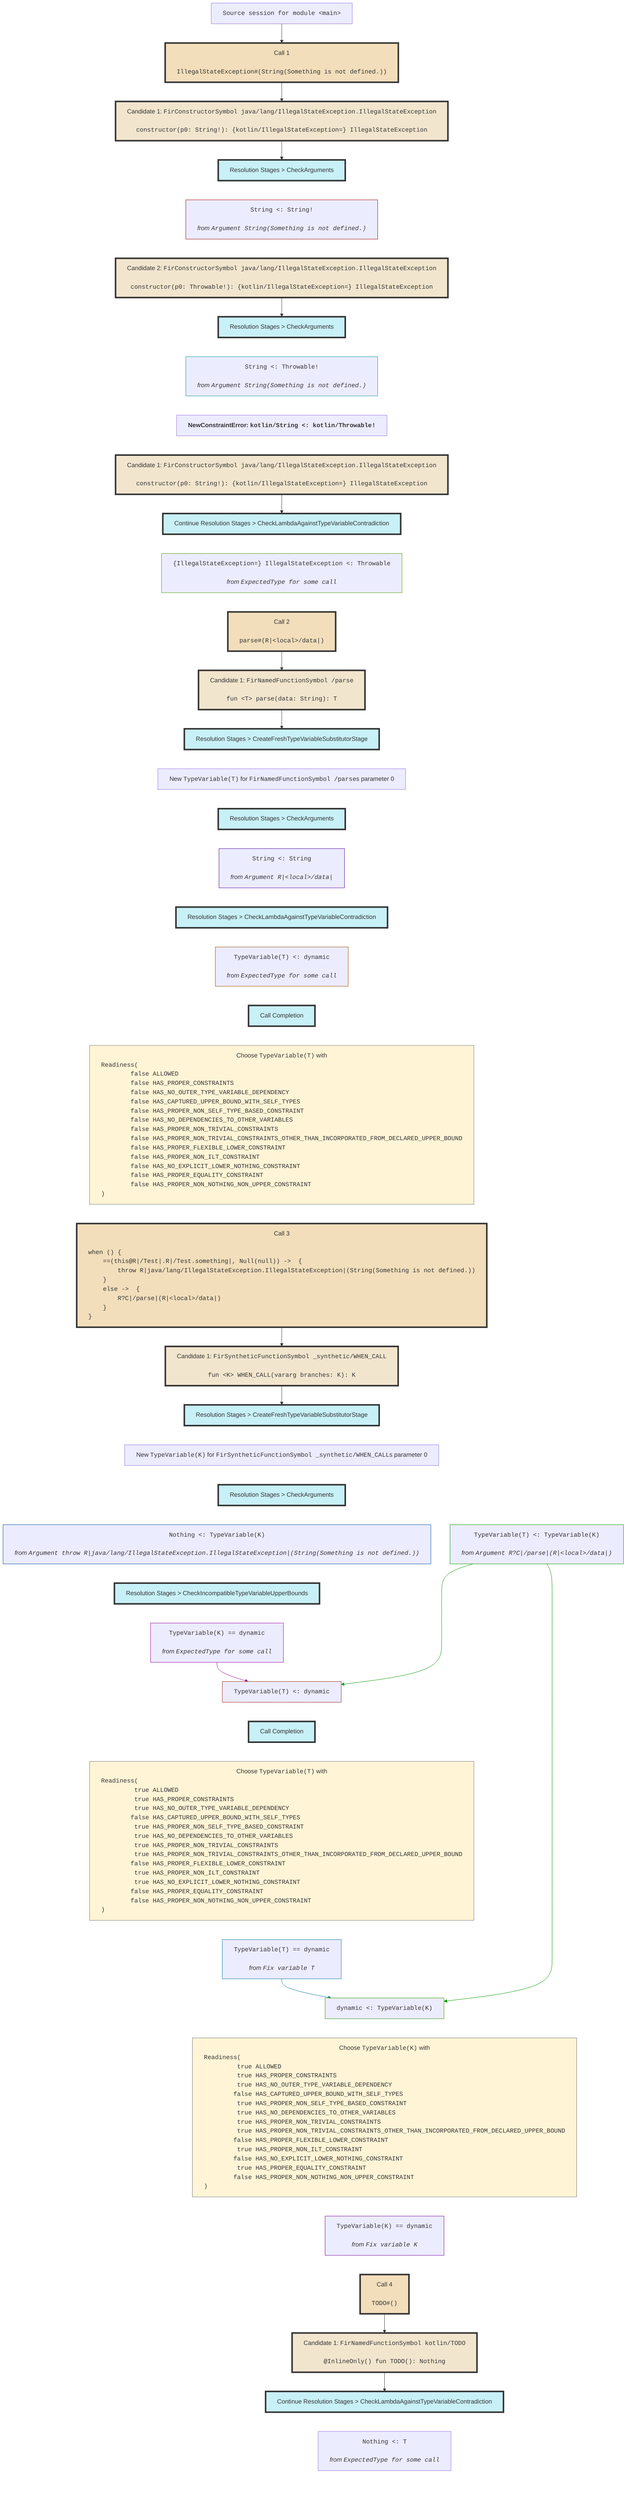
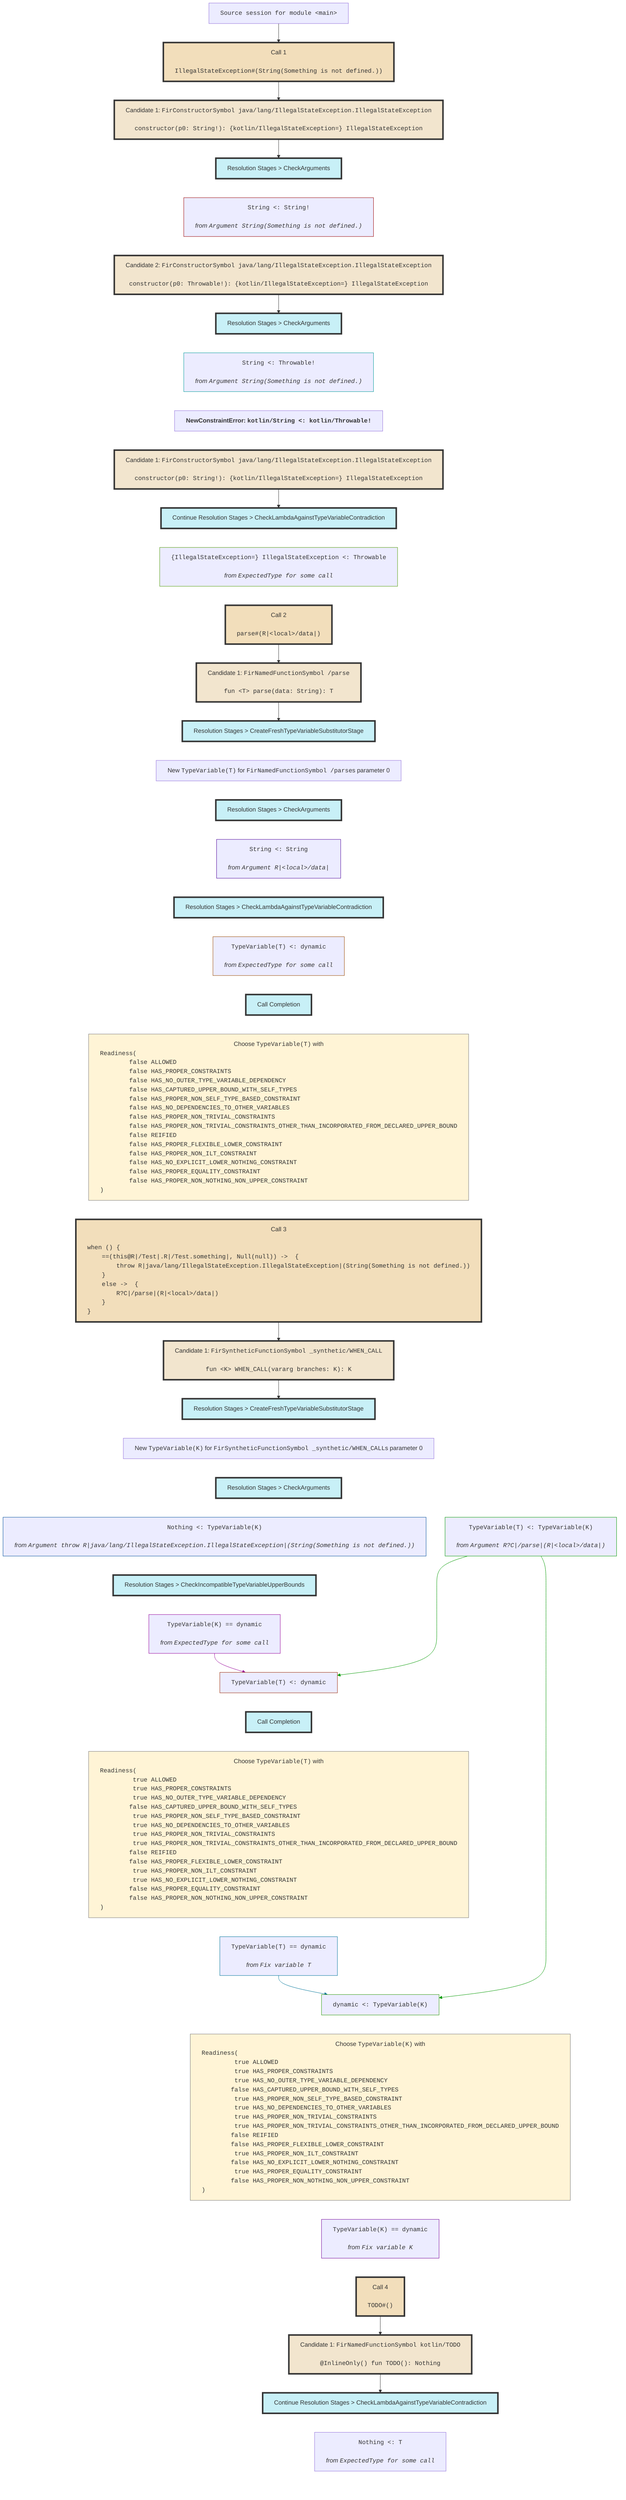
flowchart TD
    classDef nowrapClass text-align:center,white-space:nowrap;
    classDef callStyle fill:#f2debb,stroke:#333,stroke-width:4px;
    classDef candidateStyle fill:#f2e5ce,stroke:#333,stroke-width:4px;
    classDef stageStyle fill:#c8f0f7,stroke:#333,stroke-width:4px;
    classDef readinessStyle fill:#fff4d6,stroke:#777,stroke-width:1px;

    session0["<tt>Source session for module &lt;main></tt>"]
    class session0 nowrapClass;

    session0 --> call1

    call1["Call 1<br><br><pre style="display: inline-block;vertical-align: middle;text-align: left;margin: 0;"><tt>IllegalStateException#(String(Something is not defined.))</tt></pre>"]
    class call1 nowrapClass;
    class call1 callStyle;

    call1 --> candidate2

    candidate2["Candidate 1: <tt>FirConstructorSymbol java/lang/IllegalStateException.IllegalStateException</tt><br><br><pre style="display: inline-block;vertical-align: middle;text-align: left;margin: 0;"><tt>constructor(p0: String!): {kotlin/IllegalStateException=} IllegalStateException</tt></pre>"]
    class candidate2 nowrapClass;
    class candidate2 candidateStyle;

    candidate2 --> stage3

    stage3["Resolution Stages > CheckArguments"]
    class stage3 nowrapClass;
    class stage3 stageStyle;
    constraint4["<tt>String &lt;: String!</tt><br><br><i><div style="display: inline-block;vertical-align: middle;">from</div> <pre style="display: inline-block;vertical-align: middle;text-align: left;margin: 0;"><tt>Argument String(Something is not defined.)</tt></pre></i>"]
    class constraint4 nowrapClass;
    stage3 ~~~ constraint4

    constraint4 ~~~ candidate5

    candidate5["Candidate 2: <tt>FirConstructorSymbol java/lang/IllegalStateException.IllegalStateException</tt><br><br><pre style="display: inline-block;vertical-align: middle;text-align: left;margin: 0;"><tt>constructor(p0: Throwable!): {kotlin/IllegalStateException=} IllegalStateException</tt></pre>"]
    class candidate5 nowrapClass;
    class candidate5 candidateStyle;

    candidate5 --> stage6

    stage6["Resolution Stages > CheckArguments"]
    class stage6 nowrapClass;
    class stage6 stageStyle;
    constraint8["<tt>String &lt;: Throwable!</tt><br><br><i><div style="display: inline-block;vertical-align: middle;">from</div> <pre style="display: inline-block;vertical-align: middle;text-align: left;margin: 0;"><tt>Argument String(Something is not defined.)</tt></pre></i>"]
    class constraint8 nowrapClass;
    stage6 ~~~ constraint8

    constraint8 ~~~ error7

    error7["<b>NewConstraintError: <tt>kotlin/String &lt;: kotlin/Throwable!</tt><b>"]
    class error7 nowrapClass;

    error7 ~~~ candidate9

    candidate9["Candidate 1: <tt>FirConstructorSymbol java/lang/IllegalStateException.IllegalStateException</tt><br><br><pre style="display: inline-block;vertical-align: middle;text-align: left;margin: 0;"><tt>constructor(p0: String!): {kotlin/IllegalStateException=} IllegalStateException</tt></pre>"]
    class candidate9 nowrapClass;
    class candidate9 candidateStyle;

    candidate9 --> stage10

    stage10["Continue Resolution Stages > CheckLambdaAgainstTypeVariableContradiction"]
    class stage10 nowrapClass;
    class stage10 stageStyle;
    constraint11["<tt>{IllegalStateException=} IllegalStateException &lt;: Throwable</tt><br><br><i><div style="display: inline-block;vertical-align: middle;">from</div> <pre style="display: inline-block;vertical-align: middle;text-align: left;margin: 0;"><tt>ExpectedType for some call</tt></pre></i>"]
    class constraint11 nowrapClass;
    stage10 ~~~ constraint11

    constraint11 ~~~ call12

    call12["Call 2<br><br><pre style="display: inline-block;vertical-align: middle;text-align: left;margin: 0;"><tt>parse#(R|&lt;local>/data|)</tt></pre>"]
    class call12 nowrapClass;
    class call12 callStyle;

    call12 --> candidate13

    candidate13["Candidate 1: <tt>FirNamedFunctionSymbol /parse</tt><br><br><pre style="display: inline-block;vertical-align: middle;text-align: left;margin: 0;"><tt>fun &lt;T> parse(data: String): T</tt></pre>"]
    class candidate13 nowrapClass;
    class candidate13 candidateStyle;

    candidate13 --> stage14

    stage14["Resolution Stages > CreateFreshTypeVariableSubstitutorStage"]
    class stage14 nowrapClass;
    class stage14 stageStyle;

    stage14 ~~~ newVariable15

    newVariable15["New <tt>TypeVariable(T)</tt> for <tt>FirNamedFunctionSymbol /parse</tt>s parameter 0"]
    class newVariable15 nowrapClass;

    newVariable15 ~~~ stage16

    stage16["Resolution Stages > CheckArguments"]
    class stage16 nowrapClass;
    class stage16 stageStyle;
    constraint17["<tt>String &lt;: String</tt><br><br><i><div style="display: inline-block;vertical-align: middle;">from</div> <pre style="display: inline-block;vertical-align: middle;text-align: left;margin: 0;"><tt>Argument R|&lt;local>/data|</tt></pre></i>"]
    class constraint17 nowrapClass;
    stage16 ~~~ constraint17

    constraint17 ~~~ stage18

    stage18["Resolution Stages > CheckLambdaAgainstTypeVariableContradiction"]
    class stage18 nowrapClass;
    class stage18 stageStyle;
    constraint19["<tt>TypeVariable(T) &lt;: dynamic</tt><br><br><i><div style="display: inline-block;vertical-align: middle;">from</div> <pre style="display: inline-block;vertical-align: middle;text-align: left;margin: 0;"><tt>ExpectedType for some call</tt></pre></i>"]
    class constraint19 nowrapClass;
    stage18 ~~~ constraint19

    constraint19 ~~~ stage20

    stage20["Call Completion"]
    class stage20 nowrapClass;
    class stage20 stageStyle;

    stage20 ~~~ variableReadiness21

    variableReadiness21["Choose <tt>TypeVariable(T)</tt> with <pre style="display: inline-block;vertical-align: middle;text-align: left;margin: 0;"><tt>Readiness(
	false ALLOWED
	false HAS_PROPER_CONSTRAINTS
	false HAS_NO_OUTER_TYPE_VARIABLE_DEPENDENCY
	false HAS_CAPTURED_UPPER_BOUND_WITH_SELF_TYPES
	false HAS_PROPER_NON_SELF_TYPE_BASED_CONSTRAINT
	false HAS_NO_DEPENDENCIES_TO_OTHER_VARIABLES
	false HAS_PROPER_NON_TRIVIAL_CONSTRAINTS
	false HAS_PROPER_NON_TRIVIAL_CONSTRAINTS_OTHER_THAN_INCORPORATED_FROM_DECLARED_UPPER_BOUND
+ 	false REIFIED
	false HAS_PROPER_FLEXIBLE_LOWER_CONSTRAINT
	false HAS_PROPER_NON_ILT_CONSTRAINT
	false HAS_NO_EXPLICIT_LOWER_NOTHING_CONSTRAINT
	false HAS_PROPER_EQUALITY_CONSTRAINT
	false HAS_PROPER_NON_NOTHING_NON_UPPER_CONSTRAINT
)</tt></pre>"]
    class variableReadiness21 nowrapClass;
    class variableReadiness21 readinessStyle;

    variableReadiness21 ~~~ call22

    call22["Call 3<br><br><pre style="display: inline-block;vertical-align: middle;text-align: left;margin: 0;"><tt>when () {
    ==(this@R|/Test|.R|/Test.something|, Null(null)) ->  {
        throw R|java/lang/IllegalStateException.IllegalStateException|(String(Something is not defined.))
    }
    else ->  {
        R?C|/parse|(R|&lt;local>/data|)
    }
}
</tt></pre>"]
    class call22 nowrapClass;
    class call22 callStyle;

    call22 --> candidate23

    candidate23["Candidate 1: <tt>FirSyntheticFunctionSymbol _synthetic/WHEN_CALL</tt><br><br><pre style="display: inline-block;vertical-align: middle;text-align: left;margin: 0;"><tt>fun &lt;K> WHEN_CALL(vararg branches: K): K
</tt></pre>"]
    class candidate23 nowrapClass;
    class candidate23 candidateStyle;

    candidate23 --> stage24

    stage24["Resolution Stages > CreateFreshTypeVariableSubstitutorStage"]
    class stage24 nowrapClass;
    class stage24 stageStyle;

    stage24 ~~~ newVariable25

    newVariable25["New <tt>TypeVariable(K)</tt> for <tt>FirSyntheticFunctionSymbol _synthetic/WHEN_CALL</tt>s parameter 0"]
    class newVariable25 nowrapClass;

    newVariable25 ~~~ stage26

    stage26["Resolution Stages > CheckArguments"]
    class stage26 nowrapClass;
    class stage26 stageStyle;
    constraint27["<tt>Nothing &lt;: TypeVariable(K)</tt><br><br><i><div style="display: inline-block;vertical-align: middle;">from</div> <pre style="display: inline-block;vertical-align: middle;text-align: left;margin: 0;"><tt>Argument throw R|java/lang/IllegalStateException.IllegalStateException|(String(Something is not defined.))</tt></pre></i>"]
    class constraint27 nowrapClass;
    stage26 ~~~ constraint27
    constraint28["<tt>TypeVariable(T) &lt;: TypeVariable(K)</tt><br><br><i><div style="display: inline-block;vertical-align: middle;">from</div> <pre style="display: inline-block;vertical-align: middle;text-align: left;margin: 0;"><tt>Argument R?C|/parse|(R|&lt;local>/data|)</tt></pre></i>"]
    class constraint28 nowrapClass;
    stage26 ~~~ constraint28

    constraint27 ~~~ stage29
    constraint28 ~~~ stage29

    stage29["Resolution Stages > CheckIncompatibleTypeVariableUpperBounds"]
    class stage29 nowrapClass;
    class stage29 stageStyle;
    constraint30["<tt>TypeVariable(K) == dynamic</tt><br><br><i><div style="display: inline-block;vertical-align: middle;">from</div> <pre style="display: inline-block;vertical-align: middle;text-align: left;margin: 0;"><tt>ExpectedType for some call</tt></pre></i>"]
    class constraint30 nowrapClass;
    stage29 ~~~ constraint30
    constraint31["<tt>TypeVariable(T) &lt;: dynamic</tt>"]
    class constraint31 nowrapClass;
    constraint28 --> constraint31
    constraint30 --> constraint31

    constraint31 ~~~ stage32

    stage32["Call Completion"]
    class stage32 nowrapClass;
    class stage32 stageStyle;

    stage32 ~~~ variableReadiness33

    variableReadiness33["Choose <tt>TypeVariable(T)</tt> with <pre style="display: inline-block;vertical-align: middle;text-align: left;margin: 0;"><tt>Readiness(
	 true ALLOWED
	 true HAS_PROPER_CONSTRAINTS
	 true HAS_NO_OUTER_TYPE_VARIABLE_DEPENDENCY
	false HAS_CAPTURED_UPPER_BOUND_WITH_SELF_TYPES
	 true HAS_PROPER_NON_SELF_TYPE_BASED_CONSTRAINT
	 true HAS_NO_DEPENDENCIES_TO_OTHER_VARIABLES
	 true HAS_PROPER_NON_TRIVIAL_CONSTRAINTS
	 true HAS_PROPER_NON_TRIVIAL_CONSTRAINTS_OTHER_THAN_INCORPORATED_FROM_DECLARED_UPPER_BOUND
+ 	false REIFIED
	false HAS_PROPER_FLEXIBLE_LOWER_CONSTRAINT
	 true HAS_PROPER_NON_ILT_CONSTRAINT
	 true HAS_NO_EXPLICIT_LOWER_NOTHING_CONSTRAINT
	false HAS_PROPER_EQUALITY_CONSTRAINT
	false HAS_PROPER_NON_NOTHING_NON_UPPER_CONSTRAINT
)</tt></pre>"]
    class variableReadiness33 nowrapClass;
    class variableReadiness33 readinessStyle;
    constraint35["<tt>TypeVariable(T) == dynamic</tt><br><br><i><div style="display: inline-block;vertical-align: middle;">from</div> <pre style="display: inline-block;vertical-align: middle;text-align: left;margin: 0;"><tt>Fix variable T</tt></pre></i>"]
    class constraint35 nowrapClass;
    variableReadiness33 ~~~ constraint35
    constraint36["<tt>dynamic &lt;: TypeVariable(K)</tt>"]
    class constraint36 nowrapClass;
    constraint35 --> constraint36
    constraint28 --> constraint36

    constraint36 ~~~ variableReadiness34

    variableReadiness34["Choose <tt>TypeVariable(K)</tt> with <pre style="display: inline-block;vertical-align: middle;text-align: left;margin: 0;"><tt>Readiness(
	 true ALLOWED
	 true HAS_PROPER_CONSTRAINTS
	 true HAS_NO_OUTER_TYPE_VARIABLE_DEPENDENCY
	false HAS_CAPTURED_UPPER_BOUND_WITH_SELF_TYPES
	 true HAS_PROPER_NON_SELF_TYPE_BASED_CONSTRAINT
	 true HAS_NO_DEPENDENCIES_TO_OTHER_VARIABLES
	 true HAS_PROPER_NON_TRIVIAL_CONSTRAINTS
	 true HAS_PROPER_NON_TRIVIAL_CONSTRAINTS_OTHER_THAN_INCORPORATED_FROM_DECLARED_UPPER_BOUND
+ 	false REIFIED
	false HAS_PROPER_FLEXIBLE_LOWER_CONSTRAINT
	 true HAS_PROPER_NON_ILT_CONSTRAINT
	false HAS_NO_EXPLICIT_LOWER_NOTHING_CONSTRAINT
	 true HAS_PROPER_EQUALITY_CONSTRAINT
	false HAS_PROPER_NON_NOTHING_NON_UPPER_CONSTRAINT
)</tt></pre>"]
    class variableReadiness34 nowrapClass;
    class variableReadiness34 readinessStyle;
    constraint37["<tt>TypeVariable(K) == dynamic</tt><br><br><i><div style="display: inline-block;vertical-align: middle;">from</div> <pre style="display: inline-block;vertical-align: middle;text-align: left;margin: 0;"><tt>Fix variable K</tt></pre></i>"]
    class constraint37 nowrapClass;
    variableReadiness34 ~~~ constraint37

    constraint37 ~~~ call38

    call38["Call 4<br><br><pre style="display: inline-block;vertical-align: middle;text-align: left;margin: 0;"><tt>TODO#()</tt></pre>"]
    class call38 nowrapClass;
    class call38 callStyle;

    call38 --> candidate39

    candidate39["Candidate 1: <tt>FirNamedFunctionSymbol kotlin/TODO</tt><br><br><pre style="display: inline-block;vertical-align: middle;text-align: left;margin: 0;"><tt>@InlineOnly() fun TODO(): Nothing
</tt></pre>"]
    class candidate39 nowrapClass;
    class candidate39 candidateStyle;

    candidate39 --> stage40

    stage40["Continue Resolution Stages > CheckLambdaAgainstTypeVariableContradiction"]
    class stage40 nowrapClass;
    class stage40 stageStyle;
    constraint41["<tt>Nothing &lt;: T</tt><br><br><i><div style="display: inline-block;vertical-align: middle;">from</div> <pre style="display: inline-block;vertical-align: middle;text-align: left;margin: 0;"><tt>ExpectedType for some call</tt></pre></i>"]
    class constraint41 nowrapClass;
    stage40 ~~~ constraint41

    linkStyle 4 stroke:#990000
    linkStyle 7 stroke:#009999
    linkStyle 11 stroke:#4c9900
    linkStyle 17 stroke:#4c0099
    linkStyle 19 stroke:#994900
    linkStyle 28 stroke:#004f99
    linkStyle 29 stroke:#039900
    linkStyle 31 stroke:#039900
    linkStyle 32 stroke:#950099
    linkStyle 33 stroke:#992400
    linkStyle 36 stroke:#007499
    linkStyle 37 stroke:#039900
    linkStyle 38 stroke:#279900
    linkStyle 40 stroke:#710099
    style constraint4 stroke:#990000;
    style constraint8 stroke:#009999;
    style constraint11 stroke:#4c9900;
    style constraint17 stroke:#4c0099;
    style constraint19 stroke:#994900;
    style constraint27 stroke:#004f99;
    style constraint28 stroke:#039900;
    style constraint30 stroke:#950099;
    style constraint31 stroke:#992400;
    style constraint35 stroke:#007499;
    style constraint36 stroke:#279900;
-     style constraint37 stroke:#710099;+     style constraint37 stroke:#710099;
